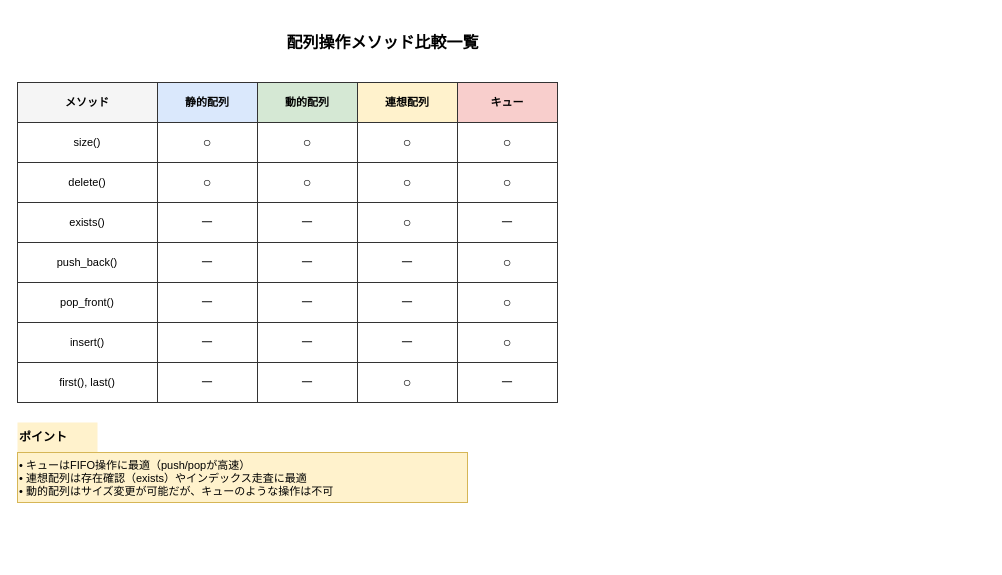
aquaxis/webdoc keeps this draw.io diagram as images/systemverilog-guidebook/ch04_array_methods.drawio. Above is the earlier version. Source tidied: cells renumbered, new cells numbered last; positions are measured from the earlier drawing's top-left corner, leaving out a move shared by most shapes. Both pictures are drawn from the tidied source at 100%, with x=0, y=0 at pixel (17, 22).
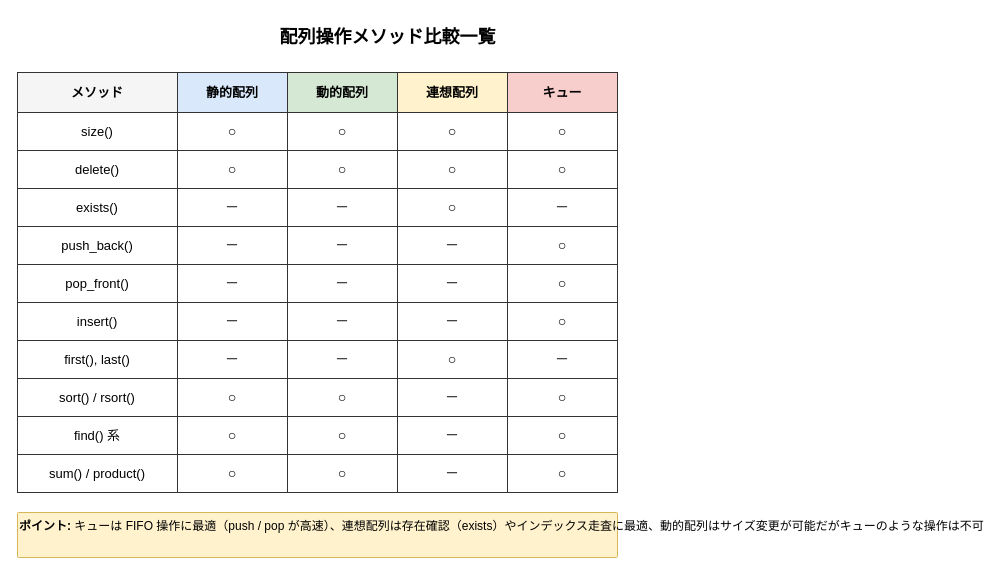
The same diagram, later.

Diff of the diagram source:
```diff
@@
-    <mxCell id="2" value="&lt;b&gt;配列操作メソッド比較一覧&lt;/b&gt;" style="text;html=1;align=center;verticalAlign=middle;strokeColor=none;fillColor=none;fontSize=16;" parent="1" vertex="1">
-      <mxGeometry x="240" width="250" height="40" as="geometry" />
+    <mxCell id="2" value="&lt;b&gt;配列操作メソッド比較一覧&lt;/b&gt;" style="text;html=1;align=center;verticalAlign=middle;strokeColor=none;fillColor=none;fontSize=18;" parent="1" vertex="1">
+      <mxGeometry x="230" y="-5" width="280" height="40" as="geometry" />
     </mxCell>
-    <mxCell id="3" value="&lt;b&gt;メソッド&lt;/b&gt;" style="rounded=0;whiteSpace=wrap;html=1;strokeColor=#333333;fillColor=#f5f5f5;fontSize=11;fontStyle=1;" parent="1" vertex="1">
-      <mxGeometry y="60" width="140" height="40" as="geometry" />
+    <mxCell id="3" value="&lt;b&gt;メソッド&lt;/b&gt;" style="rounded=0;whiteSpace=wrap;html=1;strokeColor=#333333;fillColor=#f5f5f5;fontSize=13;fontStyle=1;" parent="1" vertex="1">
+      <mxGeometry y="50" width="160" height="40" as="geometry" />
     </mxCell>
-    <mxCell id="4" value="&lt;b&gt;静的配列&lt;/b&gt;" style="rounded=0;whiteSpace=wrap;html=1;strokeColor=#333333;fillColor=#dae8fc;fontSize=11;fontStyle=1;" parent="1" vertex="1">
-      <mxGeometry x="140" y="60" width="100" height="40" as="geometry" />
+    <mxCell id="4" value="&lt;b&gt;静的配列&lt;/b&gt;" style="rounded=0;whiteSpace=wrap;html=1;strokeColor=#333333;fillColor=#dae8fc;fontSize=13;fontStyle=1;" parent="1" vertex="1">
+      <mxGeometry x="160" y="50" width="110" height="40" as="geometry" />
     </mxCell>
-    <mxCell id="5" value="&lt;b&gt;動的配列&lt;/b&gt;" style="rounded=0;whiteSpace=wrap;html=1;strokeColor=#333333;fillColor=#d5e8d4;fontSize=11;fontStyle=1;" parent="1" vertex="1">
-      <mxGeometry x="240" y="60" width="100" height="40" as="geometry" />
+    <mxCell id="5" value="&lt;b&gt;動的配列&lt;/b&gt;" style="rounded=0;whiteSpace=wrap;html=1;strokeColor=#333333;fillColor=#d5e8d4;fontSize=13;fontStyle=1;" parent="1" vertex="1">
+      <mxGeometry x="270" y="50" width="110" height="40" as="geometry" />
     </mxCell>
-    <mxCell id="6" value="&lt;b&gt;連想配列&lt;/b&gt;" style="rounded=0;whiteSpace=wrap;html=1;strokeColor=#333333;fillColor=#fff2cc;fontSize=11;fontStyle=1;" parent="1" vertex="1">
-      <mxGeometry x="340" y="60" width="100" height="40" as="geometry" />
+    <mxCell id="6" value="&lt;b&gt;連想配列&lt;/b&gt;" style="rounded=0;whiteSpace=wrap;html=1;strokeColor=#333333;fillColor=#fff2cc;fontSize=13;fontStyle=1;" parent="1" vertex="1">
+      <mxGeometry x="380" y="50" width="110" height="40" as="geometry" />
     </mxCell>
-    <mxCell id="7" value="&lt;b&gt;キュー&lt;/b&gt;" style="rounded=0;whiteSpace=wrap;html=1;strokeColor=#333333;fillColor=#f8cecc;fontSize=11;fontStyle=1;" parent="1" vertex="1">
-      <mxGeometry x="440" y="60" width="100" height="40" as="geometry" />
+    <mxCell id="7" value="&lt;b&gt;キュー&lt;/b&gt;" style="rounded=0;whiteSpace=wrap;html=1;strokeColor=#333333;fillColor=#f8cecc;fontSize=13;fontStyle=1;" parent="1" vertex="1">
+      <mxGeometry x="490" y="50" width="110" height="40" as="geometry" />
     </mxCell>
-    <mxCell id="8" value="size()" style="rounded=0;whiteSpace=wrap;html=1;strokeColor=#333333;fillColor=none;fontSize=11;" parent="1" vertex="1">
-      <mxGeometry y="100" width="140" height="40" as="geometry" />
+    <mxCell id="8" value="size()" style="rounded=0;whiteSpace=wrap;html=1;strokeColor=#333333;fillColor=none;fontSize=13;" parent="1" vertex="1">
+      <mxGeometry y="90" width="160" height="38" as="geometry" />
     </mxCell>
-    <mxCell id="9" value="○" style="rounded=0;whiteSpace=wrap;html=1;strokeColor=#333333;fillColor=none;fontSize=14;" parent="1" vertex="1">
-      <mxGeometry x="140" y="100" width="100" height="40" as="geometry" />
-    </mxCell>
-    <mxCell id="10" value="○" style="rounded=0;whiteSpace=wrap;html=1;strokeColor=#333333;fillColor=none;fontSize=14;" parent="1" vertex="1">
-      <mxGeometry x="240" y="100" width="100" height="40" as="geometry" />
-    </mxCell>
-    <mxCell id="11" value="○" style="rounded=0;whiteSpace=wrap;html=1;strokeColor=#333333;fillColor=none;fontSize=14;" parent="1" vertex="1">
-      <mxGeometry x="340" y="100" width="100" height="40" as="geometry" />
-    </mxCell>
-    <mxCell id="12" value="○" style="rounded=0;whiteSpace=wrap;html=1;strokeColor=#333333;fillColor=none;fontSize=14;" parent="1" vertex="1">
-      <mxGeometry x="440" y="100" width="100" height="40" as="geometry" />
-    </mxCell>
+    <mxCell id="45" value="○" style="rounded=0;whiteSpace=wrap;html=1;strokeColor=#333333;fillColor=none;fontSize=14;" parent="1" vertex="1">
+      <mxGeometry x="160" y="90" width="110" height="38" as="geometry" />
+    </mxCell>
+    <mxCell id="46" value="○" style="rounded=0;whiteSpace=wrap;html=1;strokeColor=#333333;fillColor=none;fontSize=14;" parent="1" vertex="1">
+      <mxGeometry x="270" y="90" width="110" height="38" as="geometry" />
+    </mxCell>
+    <mxCell id="47" value="○" style="rounded=0;whiteSpace=wrap;html=1;strokeColor=#333333;fillColor=none;fontSize=14;" parent="1" vertex="1">
+      <mxGeometry x="380" y="90" width="110" height="38" as="geometry" />
+    </mxCell>
+    <mxCell id="48" value="○" style="rounded=0;whiteSpace=wrap;html=1;strokeColor=#333333;fillColor=none;fontSize=14;" parent="1" vertex="1">
+      <mxGeometry x="490" y="90" width="110" height="38" as="geometry" />
+    </mxCell>
-    <mxCell id="13" value="delete()" style="rounded=0;whiteSpace=wrap;html=1;strokeColor=#333333;fillColor=none;fontSize=11;" parent="1" vertex="1">
-      <mxGeometry y="140" width="140" height="40" as="geometry" />
+    <mxCell id="13" value="delete()" style="rounded=0;whiteSpace=wrap;html=1;strokeColor=#333333;fillColor=none;fontSize=13;" parent="1" vertex="1">
+      <mxGeometry y="128" width="160" height="38" as="geometry" />
     </mxCell>
-    <mxCell id="14" value="○" style="rounded=0;whiteSpace=wrap;html=1;strokeColor=#333333;fillColor=none;fontSize=14;" parent="1" vertex="1">
-      <mxGeometry x="140" y="140" width="100" height="40" as="geometry" />
-    </mxCell>
-    <mxCell id="15" value="○" style="rounded=0;whiteSpace=wrap;html=1;strokeColor=#333333;fillColor=none;fontSize=14;" parent="1" vertex="1">
-      <mxGeometry x="240" y="140" width="100" height="40" as="geometry" />
-    </mxCell>
-    <mxCell id="16" value="○" style="rounded=0;whiteSpace=wrap;html=1;strokeColor=#333333;fillColor=none;fontSize=14;" parent="1" vertex="1">
-      <mxGeometry x="340" y="140" width="100" height="40" as="geometry" />
-    </mxCell>
-    <mxCell id="17" value="○" style="rounded=0;whiteSpace=wrap;html=1;strokeColor=#333333;fillColor=none;fontSize=14;" parent="1" vertex="1">
-      <mxGeometry x="440" y="140" width="100" height="40" as="geometry" />
-    </mxCell>
+    <mxCell id="49" value="○" style="rounded=0;whiteSpace=wrap;html=1;strokeColor=#333333;fillColor=none;fontSize=14;" parent="1" vertex="1">
+      <mxGeometry x="160" y="128" width="110" height="38" as="geometry" />
+    </mxCell>
+    <mxCell id="50" value="○" style="rounded=0;whiteSpace=wrap;html=1;strokeColor=#333333;fillColor=none;fontSize=14;" parent="1" vertex="1">
+      <mxGeometry x="270" y="128" width="110" height="38" as="geometry" />
+    </mxCell>
+    <mxCell id="51" value="○" style="rounded=0;whiteSpace=wrap;html=1;strokeColor=#333333;fillColor=none;fontSize=14;" parent="1" vertex="1">
+      <mxGeometry x="380" y="128" width="110" height="38" as="geometry" />
+    </mxCell>
+    <mxCell id="52" value="○" style="rounded=0;whiteSpace=wrap;html=1;strokeColor=#333333;fillColor=none;fontSize=14;" parent="1" vertex="1">
+      <mxGeometry x="490" y="128" width="110" height="38" as="geometry" />
+    </mxCell>
-    <mxCell id="18" value="exists()" style="rounded=0;whiteSpace=wrap;html=1;strokeColor=#333333;fillColor=none;fontSize=11;" parent="1" vertex="1">
-      <mxGeometry y="180" width="140" height="40" as="geometry" />
+    <mxCell id="18" value="exists()" style="rounded=0;whiteSpace=wrap;html=1;strokeColor=#333333;fillColor=none;fontSize=13;" parent="1" vertex="1">
+      <mxGeometry y="166" width="160" height="38" as="geometry" />
     </mxCell>
-    <mxCell id="19" value="－" style="rounded=0;whiteSpace=wrap;html=1;strokeColor=#333333;fillColor=none;fontSize=14;" parent="1" vertex="1">
-      <mxGeometry x="140" y="180" width="100" height="40" as="geometry" />
-    </mxCell>
-    <mxCell id="20" value="－" style="rounded=0;whiteSpace=wrap;html=1;strokeColor=#333333;fillColor=none;fontSize=14;" parent="1" vertex="1">
-      <mxGeometry x="240" y="180" width="100" height="40" as="geometry" />
-    </mxCell>
-    <mxCell id="21" value="○" style="rounded=0;whiteSpace=wrap;html=1;strokeColor=#333333;fillColor=none;fontSize=14;" parent="1" vertex="1">
-      <mxGeometry x="340" y="180" width="100" height="40" as="geometry" />
-    </mxCell>
-    <mxCell id="22" value="－" style="rounded=0;whiteSpace=wrap;html=1;strokeColor=#333333;fillColor=none;fontSize=14;" parent="1" vertex="1">
-      <mxGeometry x="440" y="180" width="100" height="40" as="geometry" />
-    </mxCell>
+    <mxCell id="53" value="－" style="rounded=0;whiteSpace=wrap;html=1;strokeColor=#333333;fillColor=none;fontSize=14;" parent="1" vertex="1">
+      <mxGeometry x="160" y="166" width="110" height="38" as="geometry" />
+    </mxCell>
+    <mxCell id="54" value="－" style="rounded=0;whiteSpace=wrap;html=1;strokeColor=#333333;fillColor=none;fontSize=14;" parent="1" vertex="1">
+      <mxGeometry x="270" y="166" width="110" height="38" as="geometry" />
+    </mxCell>
+    <mxCell id="55" value="○" style="rounded=0;whiteSpace=wrap;html=1;strokeColor=#333333;fillColor=none;fontSize=14;" parent="1" vertex="1">
+      <mxGeometry x="380" y="166" width="110" height="38" as="geometry" />
+    </mxCell>
+    <mxCell id="56" value="－" style="rounded=0;whiteSpace=wrap;html=1;strokeColor=#333333;fillColor=none;fontSize=14;" parent="1" vertex="1">
+      <mxGeometry x="490" y="166" width="110" height="38" as="geometry" />
+    </mxCell>
-    <mxCell id="23" value="push_back()" style="rounded=0;whiteSpace=wrap;html=1;strokeColor=#333333;fillColor=none;fontSize=11;" parent="1" vertex="1">
-      <mxGeometry y="220" width="140" height="40" as="geometry" />
+    <mxCell id="23" value="push_back()" style="rounded=0;whiteSpace=wrap;html=1;strokeColor=#333333;fillColor=none;fontSize=13;" parent="1" vertex="1">
+      <mxGeometry y="204" width="160" height="38" as="geometry" />
     </mxCell>
-    <mxCell id="24" value="－" style="rounded=0;whiteSpace=wrap;html=1;strokeColor=#333333;fillColor=none;fontSize=14;" parent="1" vertex="1">
-      <mxGeometry x="140" y="220" width="100" height="40" as="geometry" />
-    </mxCell>
-    <mxCell id="25" value="－" style="rounded=0;whiteSpace=wrap;html=1;strokeColor=#333333;fillColor=none;fontSize=14;" parent="1" vertex="1">
-      <mxGeometry x="240" y="220" width="100" height="40" as="geometry" />
-    </mxCell>
-    <mxCell id="26" value="－" style="rounded=0;whiteSpace=wrap;html=1;strokeColor=#333333;fillColor=none;fontSize=14;" parent="1" vertex="1">
-      <mxGeometry x="340" y="220" width="100" height="40" as="geometry" />
-    </mxCell>
-    <mxCell id="27" value="○" style="rounded=0;whiteSpace=wrap;html=1;strokeColor=#333333;fillColor=none;fontSize=14;" parent="1" vertex="1">
-      <mxGeometry x="440" y="220" width="100" height="40" as="geometry" />
-    </mxCell>
+    <mxCell id="57" value="－" style="rounded=0;whiteSpace=wrap;html=1;strokeColor=#333333;fillColor=none;fontSize=14;" parent="1" vertex="1">
+      <mxGeometry x="160" y="204" width="110" height="38" as="geometry" />
+    </mxCell>
+    <mxCell id="58" value="－" style="rounded=0;whiteSpace=wrap;html=1;strokeColor=#333333;fillColor=none;fontSize=14;" parent="1" vertex="1">
+      <mxGeometry x="270" y="204" width="110" height="38" as="geometry" />
+    </mxCell>
+    <mxCell id="59" value="－" style="rounded=0;whiteSpace=wrap;html=1;strokeColor=#333333;fillColor=none;fontSize=14;" parent="1" vertex="1">
+      <mxGeometry x="380" y="204" width="110" height="38" as="geometry" />
+    </mxCell>
+    <mxCell id="60" value="○" style="rounded=0;whiteSpace=wrap;html=1;strokeColor=#333333;fillColor=none;fontSize=14;" parent="1" vertex="1">
+      <mxGeometry x="490" y="204" width="110" height="38" as="geometry" />
+    </mxCell>
-    <mxCell id="28" value="pop_front()" style="rounded=0;whiteSpace=wrap;html=1;strokeColor=#333333;fillColor=none;fontSize=11;" parent="1" vertex="1">
-      <mxGeometry y="260" width="140" height="40" as="geometry" />
+    <mxCell id="28" value="pop_front()" style="rounded=0;whiteSpace=wrap;html=1;strokeColor=#333333;fillColor=none;fontSize=13;" parent="1" vertex="1">
+      <mxGeometry y="242" width="160" height="38" as="geometry" />
     </mxCell>
-    <mxCell id="29" value="－" style="rounded=0;whiteSpace=wrap;html=1;strokeColor=#333333;fillColor=none;fontSize=14;" parent="1" vertex="1">
-      <mxGeometry x="140" y="260" width="100" height="40" as="geometry" />
-    </mxCell>
-    <mxCell id="30" value="－" style="rounded=0;whiteSpace=wrap;html=1;strokeColor=#333333;fillColor=none;fontSize=14;" parent="1" vertex="1">
-      <mxGeometry x="240" y="260" width="100" height="40" as="geometry" />
-    </mxCell>
-    <mxCell id="31" value="－" style="rounded=0;whiteSpace=wrap;html=1;strokeColor=#333333;fillColor=none;fontSize=14;" parent="1" vertex="1">
-      <mxGeometry x="340" y="260" width="100" height="40" as="geometry" />
-    </mxCell>
-    <mxCell id="32" value="○" style="rounded=0;whiteSpace=wrap;html=1;strokeColor=#333333;fillColor=none;fontSize=14;" parent="1" vertex="1">
-      <mxGeometry x="440" y="260" width="100" height="40" as="geometry" />
-    </mxCell>
+    <mxCell id="61" value="－" style="rounded=0;whiteSpace=wrap;html=1;strokeColor=#333333;fillColor=none;fontSize=14;" parent="1" vertex="1">
+      <mxGeometry x="160" y="242" width="110" height="38" as="geometry" />
+    </mxCell>
+    <mxCell id="62" value="－" style="rounded=0;whiteSpace=wrap;html=1;strokeColor=#333333;fillColor=none;fontSize=14;" parent="1" vertex="1">
+      <mxGeometry x="270" y="242" width="110" height="38" as="geometry" />
+    </mxCell>
+    <mxCell id="63" value="－" style="rounded=0;whiteSpace=wrap;html=1;strokeColor=#333333;fillColor=none;fontSize=14;" parent="1" vertex="1">
+      <mxGeometry x="380" y="242" width="110" height="38" as="geometry" />
+    </mxCell>
+    <mxCell id="64" value="○" style="rounded=0;whiteSpace=wrap;html=1;strokeColor=#333333;fillColor=none;fontSize=14;" parent="1" vertex="1">
+      <mxGeometry x="490" y="242" width="110" height="38" as="geometry" />
+    </mxCell>
-    <mxCell id="33" value="insert()" style="rounded=0;whiteSpace=wrap;html=1;strokeColor=#333333;fillColor=none;fontSize=11;" parent="1" vertex="1">
-      <mxGeometry y="300" width="140" height="40" as="geometry" />
+    <mxCell id="33" value="insert()" style="rounded=0;whiteSpace=wrap;html=1;strokeColor=#333333;fillColor=none;fontSize=13;" parent="1" vertex="1">
+      <mxGeometry y="280" width="160" height="38" as="geometry" />
     </mxCell>
-    <mxCell id="34" value="－" style="rounded=0;whiteSpace=wrap;html=1;strokeColor=#333333;fillColor=none;fontSize=14;" parent="1" vertex="1">
-      <mxGeometry x="140" y="300" width="100" height="40" as="geometry" />
-    </mxCell>
-    <mxCell id="35" value="－" style="rounded=0;whiteSpace=wrap;html=1;strokeColor=#333333;fillColor=none;fontSize=14;" parent="1" vertex="1">
-      <mxGeometry x="240" y="300" width="100" height="40" as="geometry" />
-    </mxCell>
-    <mxCell id="36" value="－" style="rounded=0;whiteSpace=wrap;html=1;strokeColor=#333333;fillColor=none;fontSize=14;" parent="1" vertex="1">
-      <mxGeometry x="340" y="300" width="100" height="40" as="geometry" />
-    </mxCell>
-    <mxCell id="37" value="○" style="rounded=0;whiteSpace=wrap;html=1;strokeColor=#333333;fillColor=none;fontSize=14;" parent="1" vertex="1">
-      <mxGeometry x="440" y="300" width="100" height="40" as="geometry" />
-    </mxCell>
+    <mxCell id="65" value="－" style="rounded=0;whiteSpace=wrap;html=1;strokeColor=#333333;fillColor=none;fontSize=14;" parent="1" vertex="1">
+      <mxGeometry x="160" y="280" width="110" height="38" as="geometry" />
+    </mxCell>
+    <mxCell id="66" value="－" style="rounded=0;whiteSpace=wrap;html=1;strokeColor=#333333;fillColor=none;fontSize=14;" parent="1" vertex="1">
+      <mxGeometry x="270" y="280" width="110" height="38" as="geometry" />
+    </mxCell>
+    <mxCell id="67" value="－" style="rounded=0;whiteSpace=wrap;html=1;strokeColor=#333333;fillColor=none;fontSize=14;" parent="1" vertex="1">
+      <mxGeometry x="380" y="280" width="110" height="38" as="geometry" />
+    </mxCell>
+    <mxCell id="68" value="○" style="rounded=0;whiteSpace=wrap;html=1;strokeColor=#333333;fillColor=none;fontSize=14;" parent="1" vertex="1">
+      <mxGeometry x="490" y="280" width="110" height="38" as="geometry" />
+    </mxCell>
-    <mxCell id="38" value="first(), last()" style="rounded=0;whiteSpace=wrap;html=1;strokeColor=#333333;fillColor=none;fontSize=11;" parent="1" vertex="1">
-      <mxGeometry y="340" width="140" height="40" as="geometry" />
+    <mxCell id="38" value="first(), last()" style="rounded=0;whiteSpace=wrap;html=1;strokeColor=#333333;fillColor=none;fontSize=13;" parent="1" vertex="1">
+      <mxGeometry y="318" width="160" height="38" as="geometry" />
     </mxCell>
-    <mxCell id="39" value="－" style="rounded=0;whiteSpace=wrap;html=1;strokeColor=#333333;fillColor=none;fontSize=14;" parent="1" vertex="1">
-      <mxGeometry x="140" y="340" width="100" height="40" as="geometry" />
-    </mxCell>
-    <mxCell id="40" value="－" style="rounded=0;whiteSpace=wrap;html=1;strokeColor=#333333;fillColor=none;fontSize=14;" parent="1" vertex="1">
-      <mxGeometry x="240" y="340" width="100" height="40" as="geometry" />
-    </mxCell>
-    <mxCell id="41" value="○" style="rounded=0;whiteSpace=wrap;html=1;strokeColor=#333333;fillColor=none;fontSize=14;" parent="1" vertex="1">
-      <mxGeometry x="340" y="340" width="100" height="40" as="geometry" />
-    </mxCell>
-    <mxCell id="42" value="－" style="rounded=0;whiteSpace=wrap;html=1;strokeColor=#333333;fillColor=none;fontSize=14;" parent="1" vertex="1">
-      <mxGeometry x="440" y="340" width="100" height="40" as="geometry" />
-    </mxCell>
+    <mxCell id="69" value="－" style="rounded=0;whiteSpace=wrap;html=1;strokeColor=#333333;fillColor=none;fontSize=14;" parent="1" vertex="1">
+      <mxGeometry x="160" y="318" width="110" height="38" as="geometry" />
+    </mxCell>
+    <mxCell id="70" value="－" style="rounded=0;whiteSpace=wrap;html=1;strokeColor=#333333;fillColor=none;fontSize=14;" parent="1" vertex="1">
+      <mxGeometry x="270" y="318" width="110" height="38" as="geometry" />
+    </mxCell>
+    <mxCell id="71" value="○" style="rounded=0;whiteSpace=wrap;html=1;strokeColor=#333333;fillColor=none;fontSize=14;" parent="1" vertex="1">
+      <mxGeometry x="380" y="318" width="110" height="38" as="geometry" />
+    </mxCell>
+    <mxCell id="72" value="－" style="rounded=0;whiteSpace=wrap;html=1;strokeColor=#333333;fillColor=none;fontSize=14;" parent="1" vertex="1">
+      <mxGeometry x="490" y="318" width="110" height="38" as="geometry" />
+    </mxCell>
+    <mxCell id="73" value="sort() / rsort()" style="rounded=0;whiteSpace=wrap;html=1;strokeColor=#333333;fillColor=none;fontSize=13;" parent="1" vertex="1">
+      <mxGeometry y="356" width="160" height="38" as="geometry" />
+    </mxCell>
+    <mxCell id="74" value="○" style="rounded=0;whiteSpace=wrap;html=1;strokeColor=#333333;fillColor=none;fontSize=14;" parent="1" vertex="1">
+      <mxGeometry x="160" y="356" width="110" height="38" as="geometry" />
+    </mxCell>
+    <mxCell id="75" value="○" style="rounded=0;whiteSpace=wrap;html=1;strokeColor=#333333;fillColor=none;fontSize=14;" parent="1" vertex="1">
+      <mxGeometry x="270" y="356" width="110" height="38" as="geometry" />
+    </mxCell>
+    <mxCell id="76" value="－" style="rounded=0;whiteSpace=wrap;html=1;strokeColor=#333333;fillColor=none;fontSize=14;" parent="1" vertex="1">
+      <mxGeometry x="380" y="356" width="110" height="38" as="geometry" />
+    </mxCell>
+    <mxCell id="77" value="○" style="rounded=0;whiteSpace=wrap;html=1;strokeColor=#333333;fillColor=none;fontSize=14;" parent="1" vertex="1">
+      <mxGeometry x="490" y="356" width="110" height="38" as="geometry" />
+    </mxCell>
+    <mxCell id="78" value="find() 系" style="rounded=0;whiteSpace=wrap;html=1;strokeColor=#333333;fillColor=none;fontSize=13;" parent="1" vertex="1">
+      <mxGeometry y="394" width="160" height="38" as="geometry" />
+    </mxCell>
+    <mxCell id="79" value="○" style="rounded=0;whiteSpace=wrap;html=1;strokeColor=#333333;fillColor=none;fontSize=14;" parent="1" vertex="1">
+      <mxGeometry x="160" y="394" width="110" height="38" as="geometry" />
+    </mxCell>
+    <mxCell id="80" value="○" style="rounded=0;whiteSpace=wrap;html=1;strokeColor=#333333;fillColor=none;fontSize=14;" parent="1" vertex="1">
+      <mxGeometry x="270" y="394" width="110" height="38" as="geometry" />
+    </mxCell>
+    <mxCell id="81" value="－" style="rounded=0;whiteSpace=wrap;html=1;strokeColor=#333333;fillColor=none;fontSize=14;" parent="1" vertex="1">
+      <mxGeometry x="380" y="394" width="110" height="38" as="geometry" />
+    </mxCell>
+    <mxCell id="82" value="○" style="rounded=0;whiteSpace=wrap;html=1;strokeColor=#333333;fillColor=none;fontSize=14;" parent="1" vertex="1">
+      <mxGeometry x="490" y="394" width="110" height="38" as="geometry" />
+    </mxCell>
+    <mxCell id="83" value="sum() / product()" style="rounded=0;whiteSpace=wrap;html=1;strokeColor=#333333;fillColor=none;fontSize=13;" parent="1" vertex="1">
+      <mxGeometry y="432" width="160" height="38" as="geometry" />
+    </mxCell>
+    <mxCell id="84" value="○" style="rounded=0;whiteSpace=wrap;html=1;strokeColor=#333333;fillColor=none;fontSize=14;" parent="1" vertex="1">
+      <mxGeometry x="160" y="432" width="110" height="38" as="geometry" />
+    </mxCell>
+    <mxCell id="85" value="○" style="rounded=0;whiteSpace=wrap;html=1;strokeColor=#333333;fillColor=none;fontSize=14;" parent="1" vertex="1">
+      <mxGeometry x="270" y="432" width="110" height="38" as="geometry" />
+    </mxCell>
+    <mxCell id="86" value="－" style="rounded=0;whiteSpace=wrap;html=1;strokeColor=#333333;fillColor=none;fontSize=14;" parent="1" vertex="1">
+      <mxGeometry x="380" y="432" width="110" height="38" as="geometry" />
+    </mxCell>
+    <mxCell id="87" value="○" style="rounded=0;whiteSpace=wrap;html=1;strokeColor=#333333;fillColor=none;fontSize=14;" parent="1" vertex="1">
+      <mxGeometry x="490" y="432" width="110" height="38" as="geometry" />
+    </mxCell>
-    <mxCell id="43" value="&lt;b&gt;ポイント&lt;/b&gt;" style="text;html=1;align=left;verticalAlign=middle;strokeColor=none;fillColor=#fff2cc;fontSize=12;fontStyle=1;" parent="1" vertex="1">
-      <mxGeometry y="400" width="80" height="30" as="geometry" />
+    <mxCell id="43" value="&lt;b&gt;ポイント:&lt;/b&gt; キューは FIFO 操作に最適（push / pop が高速）、連想配列は存在確認（exists）やインデックス走査に最適、動的配列はサイズ変更が可能だがキューのような操作は不可" style="text;html=1;align=left;verticalAlign=top;strokeColor=#d6b656;fillColor=#fff2cc;fontSize=12;rounded=1;arcSize=2;" parent="1" vertex="1">
+      <mxGeometry y="490" width="600" height="45" as="geometry" />
     </mxCell>
-    <mxCell id="44" value="• キューはFIFO操作に最適（push/popが高速）&lt;br&gt;• 連想配列は存在確認（exists）やインデックス走査に最適&lt;br&gt;• 動的配列はサイズ変更が可能だが、キューのような操作は不可" style="text;html=1;align=left;verticalAlign=top;strokeColor=#d6b656;fillColor=#fff2cc;fontSize=11;" parent="1" vertex="1">
-      <mxGeometry y="430" width="450" height="50" as="geometry" />
-    </mxCell>
```
